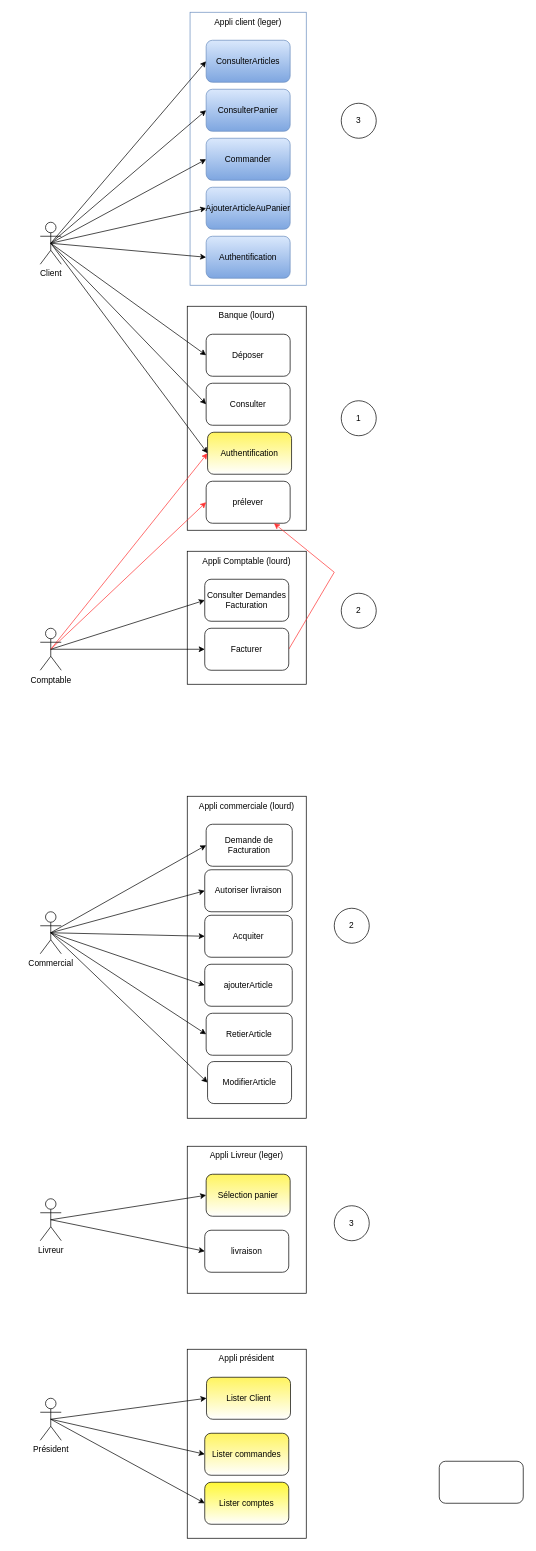
BaptisteJrr/ProjetJEE keeps this draw.io diagram as page "Use Case" (2 of 3) of jEE.drawio. Above is the earlier version. Source tidied: cells renumbered, new cells numbered last; positions are measured from the earlier drawing's top-left corner, leaving out a move shared by most shapes. Both pictures are drawn from the tidied source at 70%, with x=0, y=0 at pixel (40, 12).
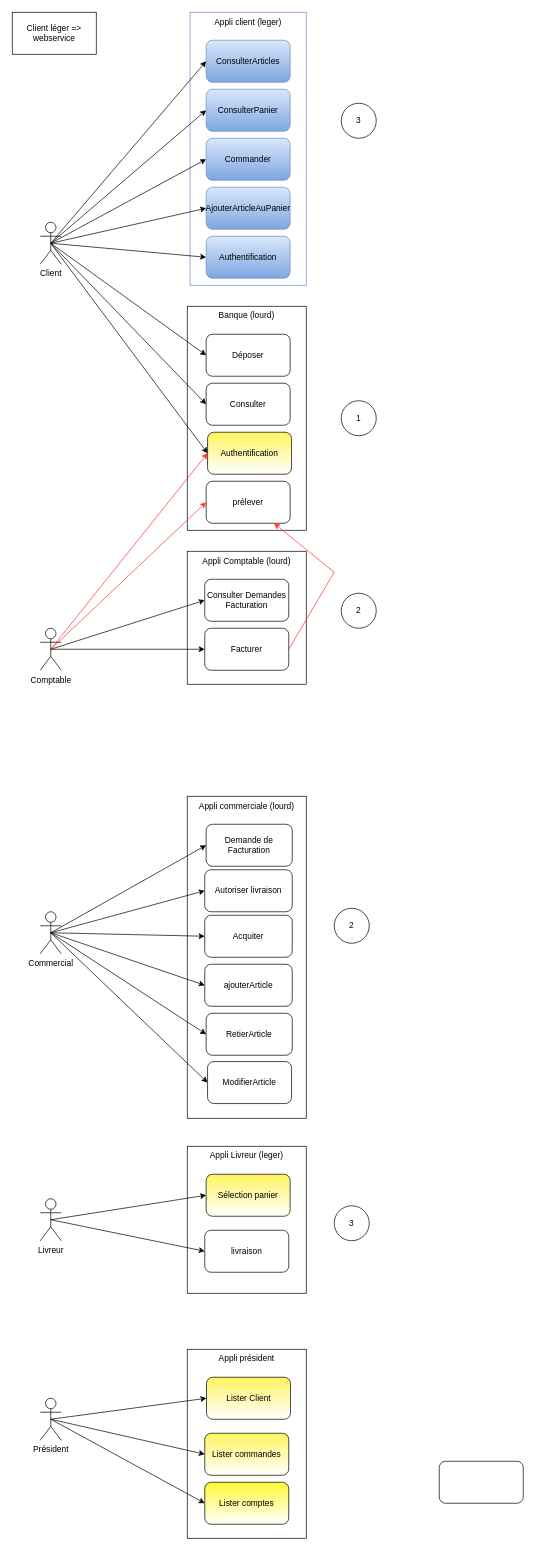
The same diagram, later.

Change to the diagram source:
```diff
@@
+    <mxCell id="65" value="Client léger =&amp;gt; webservice" style="rounded=0;whiteSpace=wrap;html=1;" parent="1" vertex="1">
+      <mxGeometry x="-40" width="120" height="60" as="geometry" />
+    </mxCell>
```
